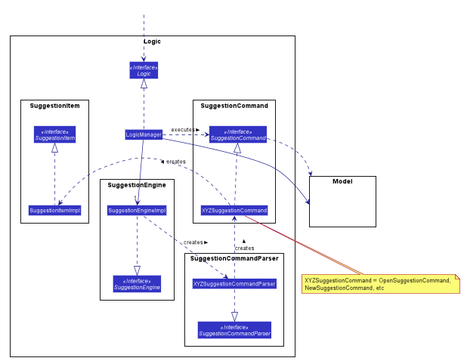
Above: images/SuggestionClassDiagram.png in AY1920S2-CS2103T-W17-2/main (PlantUML), before the change. Its diagram source:
```plantuml
@startuml








skinparam BackgroundColor #FFFFFFF

skinparam Shadowing false

skinparam Class {
    FontColor #FFFFFF
    BorderThickness 1
    BorderColor #FFFFFF
    StereotypeFontColor #FFFFFF
    FontName Arial
}

skinparam Actor {
    BorderColor #000000
    Color #000000
    FontName Arial
}

skinparam Sequence {
    MessageAlign center
    BoxFontSize 15
    BoxPadding 0
    BoxFontColor #FFFFFF
    FontName Arial
}

skinparam Participant {
    FontColor #FFFFFFF
    Padding 20
}

skinparam MinClassWidth 50
skinparam ParticipantPadding 10
skinparam Shadowing false
skinparam DefaultTextAlignment center
skinparam packageStyle Rectangle

hide footbox
hide members
hide circle
skinparam arrowThickness 1.1
skinparam arrowColor #101086
skinparam classBackgroundColor #3333C4

package Logic {

package SuggestionEngine {
Interface SuggestionEngine <<Interface>>
Class SuggestionEngineImpl
}

package SuggestionCommandParser {
Interface SuggestionCommandParser <<Interface>>
Class XYZSuggestionCommandParser
}

package SuggestionCommand {
Interface SuggestionCommand <<Interface>>
Class XYZSuggestionCommand
}

package SuggestionItem {
Interface SuggestionItem <<interface>>
Class SuggestionItemImpl
}

Interface Logic <<Interface>>
Class LogicManager
}

package Model{
Class HiddenModel #FFFFFF
}

Class HiddenOutside #FFFFFF
HiddenOutside ..> Logic



LogicManager .up.|> Logic
LogicManager -down->"1" SuggestionEngineImpl
SuggestionEngineImpl .right.> XYZSuggestionCommandParser: creates >
SuggestionEngineImpl .down.|> SuggestionEngine

XYZSuggestionCommandParser .up.> XYZSuggestionCommand : creates >
XYZSuggestionCommandParser .down.|> SuggestionCommandParser

XYZSuggestionCommand .up.|> SuggestionCommand
LogicManager .right.> SuggestionCommand : executes >
XYZSuggestionCommand .right.> SuggestionItemImpl : creates >

LogicManager --> Model
SuggestionCommand ..> Model
note bottom of XYZSuggestionCommand: XYZSuggestionCommand = OpenSuggestionCommand, \nNewSuggestionCommand, etc

SuggestionItemImpl .up.|> SuggestionItem
@enduml
```
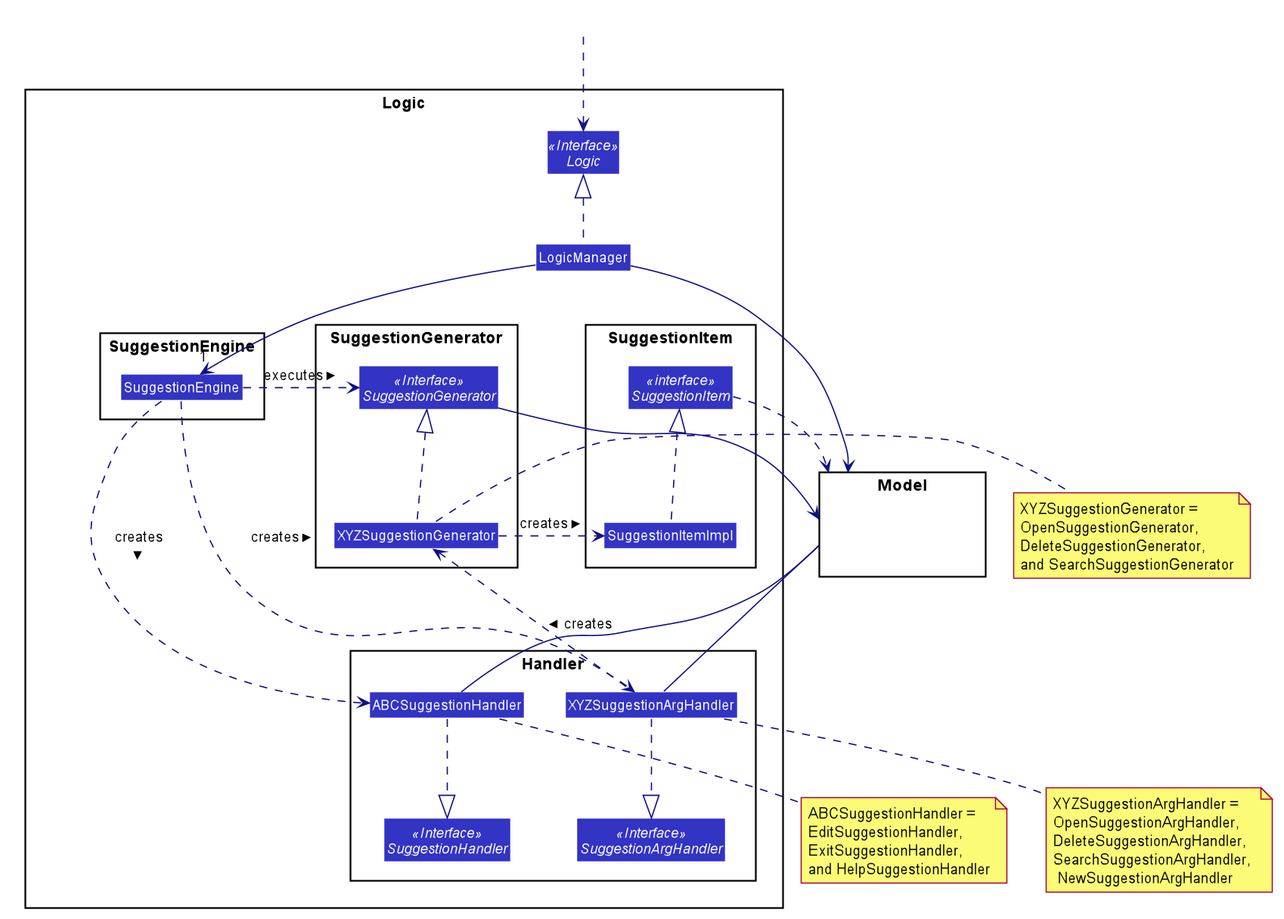
After the change.

The edit, as a diff of the source:
```diff
@@ -54,18 +54,19 @@
 package Logic {
 
 package SuggestionEngine {
-Interface SuggestionEngine <<Interface>>
-Class SuggestionEngineImpl
+Class SuggestionEngine
 }
 
-package SuggestionCommandParser {
-Interface SuggestionCommandParser <<Interface>>
-Class XYZSuggestionCommandParser
+package Handler {
+Interface SuggestionHandler <<Interface>>
+Interface SuggestionArgHandler <<Interface>>
+Class ABCSuggestionHandler
+Class XYZSuggestionArgHandler
 }
 
-package SuggestionCommand {
-Interface SuggestionCommand <<Interface>>
-Class XYZSuggestionCommand
+package SuggestionGenerator {
+Interface SuggestionGenerator <<Interface>>
+Class XYZSuggestionGenerator
 }
 
 package SuggestionItem {
@@ -87,20 +88,31 @@
 
 
 LogicManager .up.|> Logic
-LogicManager -down->"1" SuggestionEngineImpl
-SuggestionEngineImpl .right.> XYZSuggestionCommandParser: creates >
-SuggestionEngineImpl .down.|> SuggestionEngine
+LogicManager -down->"1" SuggestionEngine
+SuggestionEngine ..> XYZSuggestionArgHandler: creates >
+SuggestionEngine ..> ABCSuggestionHandler: creates >
 
-XYZSuggestionCommandParser .up.> XYZSuggestionCommand : creates >
-XYZSuggestionCommandParser .down.|> SuggestionCommandParser
+ABCSuggestionHandler -right[hidden]- XYZSuggestionArgHandler
 
-XYZSuggestionCommand .up.|> SuggestionCommand
-LogicManager .right.> SuggestionCommand : executes >
-XYZSuggestionCommand .right.> SuggestionItemImpl : creates >
+ABCSuggestionHandler .down.|> SuggestionHandler
+
+XYZSuggestionArgHandler .up.> XYZSuggestionGenerator : creates >
+XYZSuggestionArgHandler .down.|> SuggestionArgHandler
+
+XYZSuggestionGenerator .up.|> SuggestionGenerator
+SuggestionEngine .right.> SuggestionGenerator : executes >
+XYZSuggestionGenerator .right.> SuggestionItemImpl : creates >
 
 LogicManager --> Model
-SuggestionCommand ..> Model
-note bottom of XYZSuggestionCommand: XYZSuggestionCommand = OpenSuggestionCommand, \nNewSuggestionCommand, etc
+SuggestionGenerator --> Model
+ABCSuggestionHandler -up- Model
+XYZSuggestionArgHandler -up- Model
+note right of XYZSuggestionGenerator: XYZSuggestionGenerator = \nOpenSuggestionGenerator, \nDeleteSuggestionGenerator, \nand SearchSuggestionGenerator
+
+note bottom of ABCSuggestionHandler: ABCSuggestionHandler = \nEditSuggestionHandler, \nExitSuggestionHandler, \nand HelpSuggestionHandler
+
+note bottom of XYZSuggestionArgHandler: XYZSuggestionArgHandler = \nOpenSuggestionArgHandler, \nDeleteSuggestionArgHandler, \nSearchSuggestionArgHandler, \n NewSuggestionArgHandler
 
 SuggestionItemImpl .up.|> SuggestionItem
+SuggestionItem ...> Model
 @enduml
```
